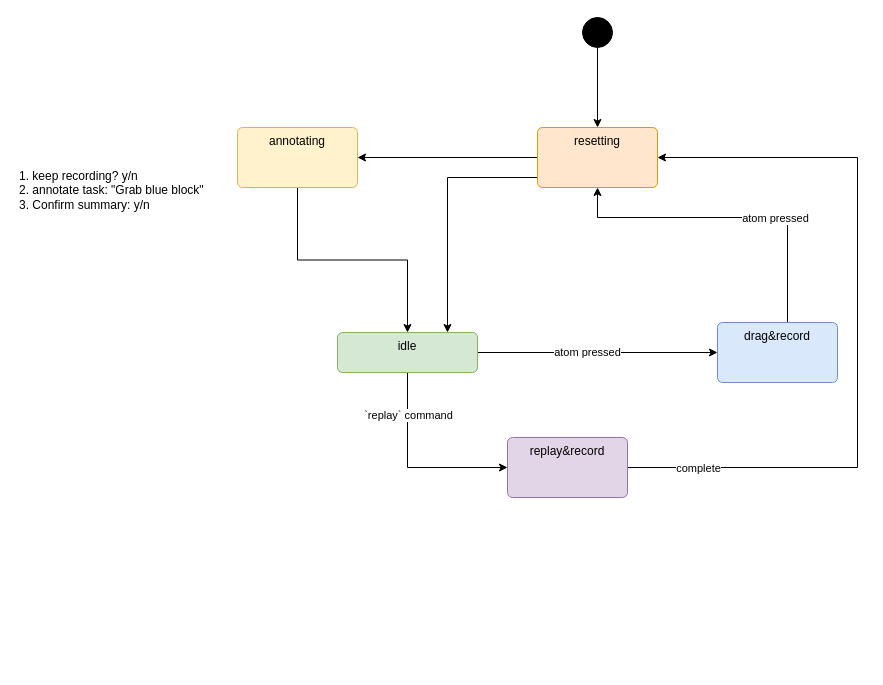
This is documents/state-diagram.drawio from Kei07170717/Autonomous-System-, a draw.io file, before an edit. Source tidied: cells renumbered, new cells numbered last; positions are measured from the earlier drawing's top-left corner, leaving out a move shared by most shapes. Both pictures are drawn from the tidied source at 100%, with x=0, y=0 at pixel (17, 17).
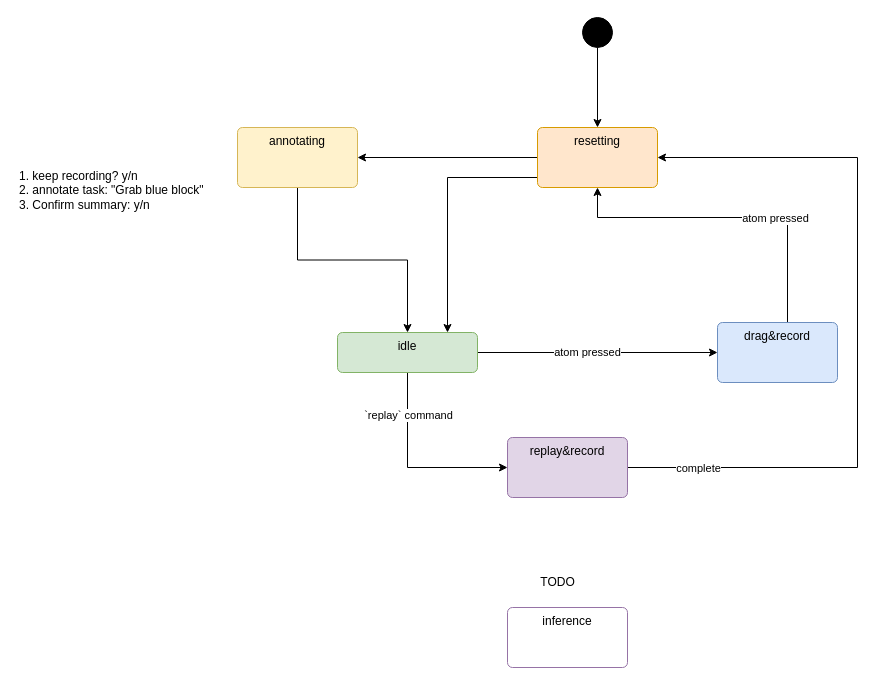
The same diagram, later.

Commit message (it also covers changes not shown here):
Added details to class diagram, remove redundant page of state diagram

What changed in the source:
```diff
@@
+    <mxCell id="21" value="inference" style="whiteSpace=wrap;html=1;verticalAlign=top;rounded=1;absoluteArcSize=1;arcSize=10;dashed=0;fillColor=light-dark(#ffffff, #392f3f);strokeColor=#9673a6;" parent="1" vertex="1">
+      <mxGeometry x="490" y="590" width="120" height="60" as="geometry" />
+    </mxCell>
+    <mxCell id="22" value="TODO" style="text;html=1;align=center;verticalAlign=middle;strokeColor=none;fillColor=none;" parent="1" vertex="1">
+      <mxGeometry x="510" y="550" width="60" height="30" as="geometry" />
+    </mxCell>
```
